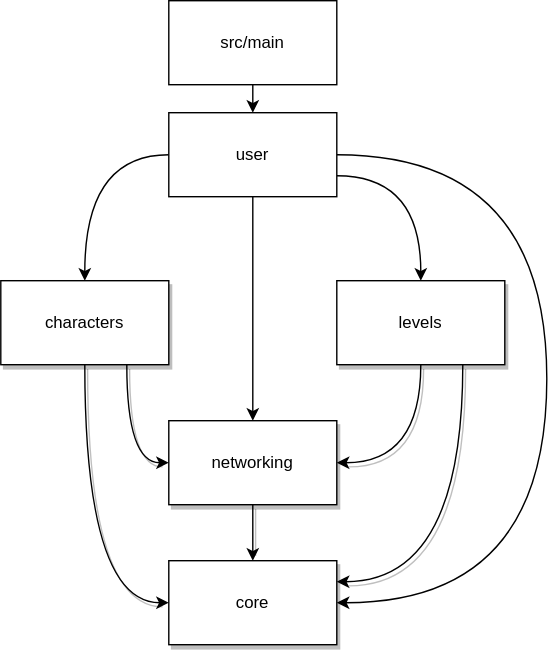
Above: docs/crates_hierarchie.drawio.svg in Sigzaa/Griffsort-Bevy (draw.io), before the change. Source tidied: cells renumbered, new cells last; positions are measured from the earlier drawing's top-left corner, leaving out a move shared by most shapes. Source of this version:
```xml
<mxGraphModel>
  <root>
    <mxCell id="0" />
    <mxCell id="1" parent="0" />
    <mxCell id="2" style="edgeStyle=none;html=1;entryX=0.5;entryY=0;entryDx=0;entryDy=0;" parent="1" edge="1" source="3" target="8">
      <mxGeometry relative="1" as="geometry" />
    </mxCell>
    <mxCell id="3" value="src/main" style="whiteSpace=wrap;html=1;" parent="1" vertex="1">
      <mxGeometry x="120" width="120" height="60" as="geometry" />
    </mxCell>
    <mxCell id="4" style="edgeStyle=orthogonalEdgeStyle;html=1;entryX=0.5;entryY=0;entryDx=0;entryDy=0;strokeColor=default;rounded=0;curved=1;exitX=0;exitY=0.5;exitDx=0;exitDy=0;" parent="1" edge="1" source="8" target="11">
      <mxGeometry relative="1" as="geometry" />
    </mxCell>
    <mxCell id="5" style="edgeStyle=orthogonalEdgeStyle;curved=1;rounded=0;html=1;strokeColor=default;" parent="1" edge="1" source="8" target="13">
      <mxGeometry relative="1" as="geometry" />
    </mxCell>
    <mxCell id="6" style="edgeStyle=orthogonalEdgeStyle;curved=1;rounded=0;html=1;entryX=1;entryY=0.5;entryDx=0;entryDy=0;strokeColor=default;exitX=1;exitY=0.5;exitDx=0;exitDy=0;" parent="1" edge="1" source="8" target="14">
      <mxGeometry relative="1" as="geometry">
        <Array as="points">
          <mxPoint x="390" y="110" />
          <mxPoint x="390" y="430" />
        </Array>
      </mxGeometry>
    </mxCell>
    <mxCell id="7" style="edgeStyle=orthogonalEdgeStyle;curved=1;rounded=0;html=1;entryX=0.5;entryY=0;entryDx=0;entryDy=0;strokeColor=default;exitX=1;exitY=0.75;exitDx=0;exitDy=0;" parent="1" edge="1" source="8" target="17">
      <mxGeometry relative="1" as="geometry" />
    </mxCell>
    <mxCell id="8" value="user" style="whiteSpace=wrap;html=1;" parent="1" vertex="1">
      <mxGeometry x="120" y="80" width="120" height="60" as="geometry" />
    </mxCell>
    <mxCell id="9" style="edgeStyle=orthogonalEdgeStyle;curved=1;rounded=0;html=1;entryX=0;entryY=0.5;entryDx=0;entryDy=0;strokeColor=default;exitX=0.75;exitY=1;exitDx=0;exitDy=0;shadow=1;" parent="1" edge="1" source="11" target="13">
      <mxGeometry relative="1" as="geometry" />
    </mxCell>
    <mxCell id="10" style="edgeStyle=orthogonalEdgeStyle;curved=1;rounded=0;html=1;entryX=0;entryY=0.5;entryDx=0;entryDy=0;strokeColor=default;shadow=1;" parent="1" edge="1" source="11" target="14">
      <mxGeometry relative="1" as="geometry" />
    </mxCell>
    <mxCell id="11" value="characters" style="whiteSpace=wrap;html=1;shadow=1;" parent="1" vertex="1">
      <mxGeometry y="200" width="120" height="60" as="geometry" />
    </mxCell>
    <mxCell id="12" style="edgeStyle=orthogonalEdgeStyle;curved=1;rounded=0;html=1;entryX=0.5;entryY=0;entryDx=0;entryDy=0;strokeColor=default;shadow=1;" parent="1" edge="1" source="13" target="14">
      <mxGeometry relative="1" as="geometry" />
    </mxCell>
    <mxCell id="13" value="networking" style="whiteSpace=wrap;html=1;shadow=1;" parent="1" vertex="1">
      <mxGeometry x="120" y="300" width="120" height="60" as="geometry" />
    </mxCell>
    <mxCell id="14" value="core" style="whiteSpace=wrap;html=1;shadow=1;" parent="1" vertex="1">
      <mxGeometry x="120" y="400" width="120" height="60" as="geometry" />
    </mxCell>
    <mxCell id="15" style="edgeStyle=orthogonalEdgeStyle;curved=1;rounded=0;html=1;entryX=1;entryY=0.5;entryDx=0;entryDy=0;strokeColor=default;exitX=0.5;exitY=1;exitDx=0;exitDy=0;shadow=1;" parent="1" edge="1" source="17" target="13">
      <mxGeometry relative="1" as="geometry" />
    </mxCell>
    <mxCell id="16" style="edgeStyle=orthogonalEdgeStyle;curved=1;rounded=0;html=1;exitX=0.75;exitY=1;exitDx=0;exitDy=0;entryX=1;entryY=0.25;entryDx=0;entryDy=0;strokeColor=default;shadow=1;" parent="1" edge="1" source="17" target="14">
      <mxGeometry relative="1" as="geometry" />
    </mxCell>
    <mxCell id="17" value="levels" style="whiteSpace=wrap;html=1;shadow=1;" parent="1" vertex="1">
      <mxGeometry x="240" y="200" width="120" height="60" as="geometry" />
    </mxCell>
  </root>
</mxGraphModel>
```
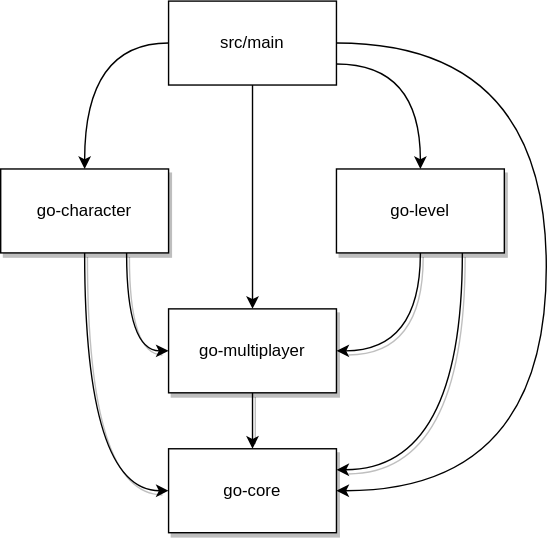
After the change.

What changed in the source:
```diff
@@ -2,12 +2,6 @@
   <root>
     <mxCell id="0" />
     <mxCell id="1" parent="0" />
-    <mxCell id="2" style="edgeStyle=none;html=1;entryX=0.5;entryY=0;entryDx=0;entryDy=0;" parent="1" edge="1" source="3" target="8">
-      <mxGeometry relative="1" as="geometry" />
-    </mxCell>
-    <mxCell id="3" value="src/main" style="whiteSpace=wrap;html=1;" parent="1" vertex="1">
-      <mxGeometry x="120" width="120" height="60" as="geometry" />
-    </mxCell>
     <mxCell id="4" style="edgeStyle=orthogonalEdgeStyle;html=1;entryX=0.5;entryY=0;entryDx=0;entryDy=0;strokeColor=default;rounded=0;curved=1;exitX=0;exitY=0.5;exitDx=0;exitDy=0;" parent="1" edge="1" source="8" target="11">
       <mxGeometry relative="1" as="geometry" />
     </mxCell>
@@ -25,7 +19,7 @@
     <mxCell id="7" style="edgeStyle=orthogonalEdgeStyle;curved=1;rounded=0;html=1;entryX=0.5;entryY=0;entryDx=0;entryDy=0;strokeColor=default;exitX=1;exitY=0.75;exitDx=0;exitDy=0;" parent="1" edge="1" source="8" target="17">
       <mxGeometry relative="1" as="geometry" />
     </mxCell>
-    <mxCell id="8" value="user" style="whiteSpace=wrap;html=1;" parent="1" vertex="1">
+    <mxCell id="8" value="src/main" style="whiteSpace=wrap;html=1;" parent="1" vertex="1">
       <mxGeometry x="120" y="80" width="120" height="60" as="geometry" />
     </mxCell>
     <mxCell id="9" style="edgeStyle=orthogonalEdgeStyle;curved=1;rounded=0;html=1;entryX=0;entryY=0.5;entryDx=0;entryDy=0;strokeColor=default;exitX=0.75;exitY=1;exitDx=0;exitDy=0;shadow=1;" parent="1" edge="1" source="11" target="13">
@@ -34,16 +28,16 @@
     <mxCell id="10" style="edgeStyle=orthogonalEdgeStyle;curved=1;rounded=0;html=1;entryX=0;entryY=0.5;entryDx=0;entryDy=0;strokeColor=default;shadow=1;" parent="1" edge="1" source="11" target="14">
       <mxGeometry relative="1" as="geometry" />
     </mxCell>
-    <mxCell id="11" value="characters" style="whiteSpace=wrap;html=1;shadow=1;" parent="1" vertex="1">
+    <mxCell id="11" value="go-character" style="whiteSpace=wrap;html=1;shadow=1;" parent="1" vertex="1">
       <mxGeometry y="200" width="120" height="60" as="geometry" />
     </mxCell>
     <mxCell id="12" style="edgeStyle=orthogonalEdgeStyle;curved=1;rounded=0;html=1;entryX=0.5;entryY=0;entryDx=0;entryDy=0;strokeColor=default;shadow=1;" parent="1" edge="1" source="13" target="14">
       <mxGeometry relative="1" as="geometry" />
     </mxCell>
-    <mxCell id="13" value="networking" style="whiteSpace=wrap;html=1;shadow=1;" parent="1" vertex="1">
+    <mxCell id="13" value="go-multiplayer" style="whiteSpace=wrap;html=1;shadow=1;" parent="1" vertex="1">
       <mxGeometry x="120" y="300" width="120" height="60" as="geometry" />
     </mxCell>
-    <mxCell id="14" value="core" style="whiteSpace=wrap;html=1;shadow=1;" parent="1" vertex="1">
+    <mxCell id="14" value="go-core" style="whiteSpace=wrap;html=1;shadow=1;" parent="1" vertex="1">
       <mxGeometry x="120" y="400" width="120" height="60" as="geometry" />
     </mxCell>
     <mxCell id="15" style="edgeStyle=orthogonalEdgeStyle;curved=1;rounded=0;html=1;entryX=1;entryY=0.5;entryDx=0;entryDy=0;strokeColor=default;exitX=0.5;exitY=1;exitDx=0;exitDy=0;shadow=1;" parent="1" edge="1" source="17" target="13">
@@ -52,7 +46,7 @@
     <mxCell id="16" style="edgeStyle=orthogonalEdgeStyle;curved=1;rounded=0;html=1;exitX=0.75;exitY=1;exitDx=0;exitDy=0;entryX=1;entryY=0.25;entryDx=0;entryDy=0;strokeColor=default;shadow=1;" parent="1" edge="1" source="17" target="14">
       <mxGeometry relative="1" as="geometry" />
     </mxCell>
-    <mxCell id="17" value="levels" style="whiteSpace=wrap;html=1;shadow=1;" parent="1" vertex="1">
+    <mxCell id="17" value="go-level" style="whiteSpace=wrap;html=1;shadow=1;" parent="1" vertex="1">
       <mxGeometry x="240" y="200" width="120" height="60" as="geometry" />
     </mxCell>
   </root>
```
